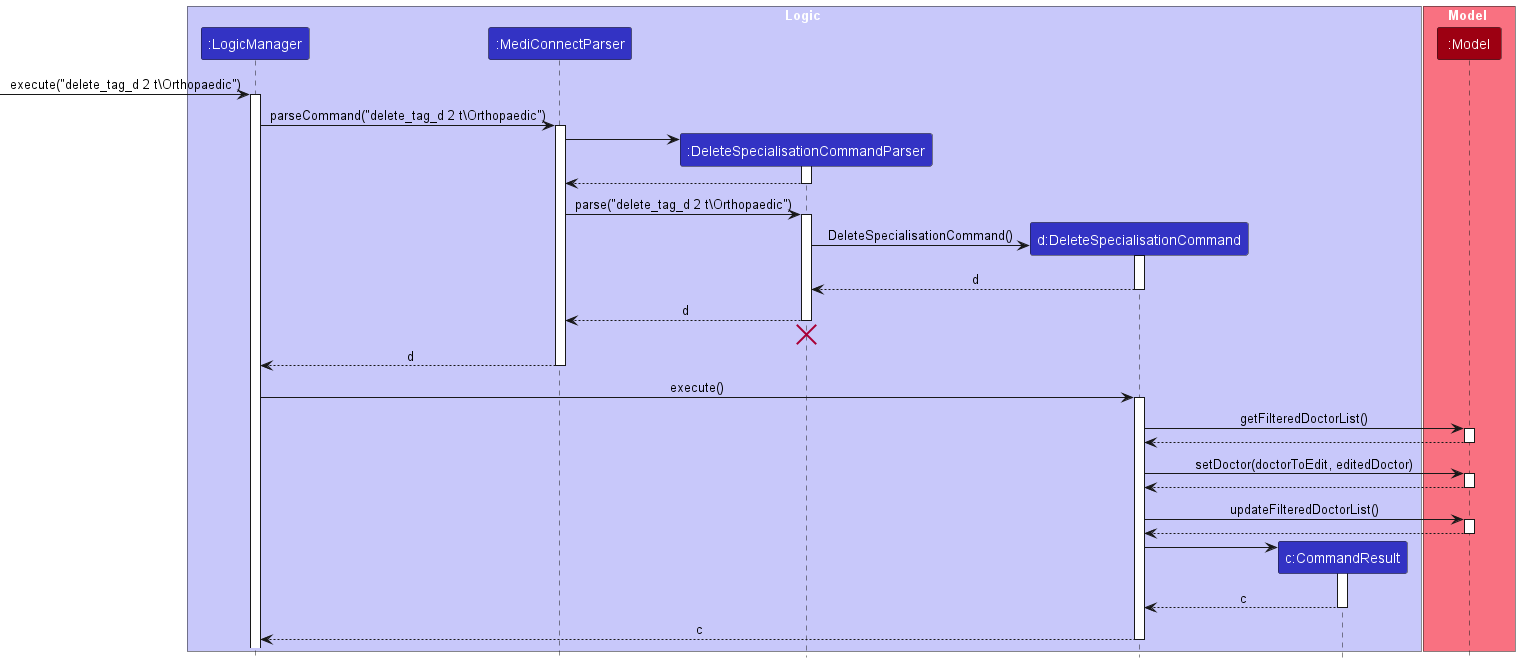
Earlier version of the PlantUML export docs/images/DeleteSpecialisationSequenceDiagram.png (yanghengtang/tp).
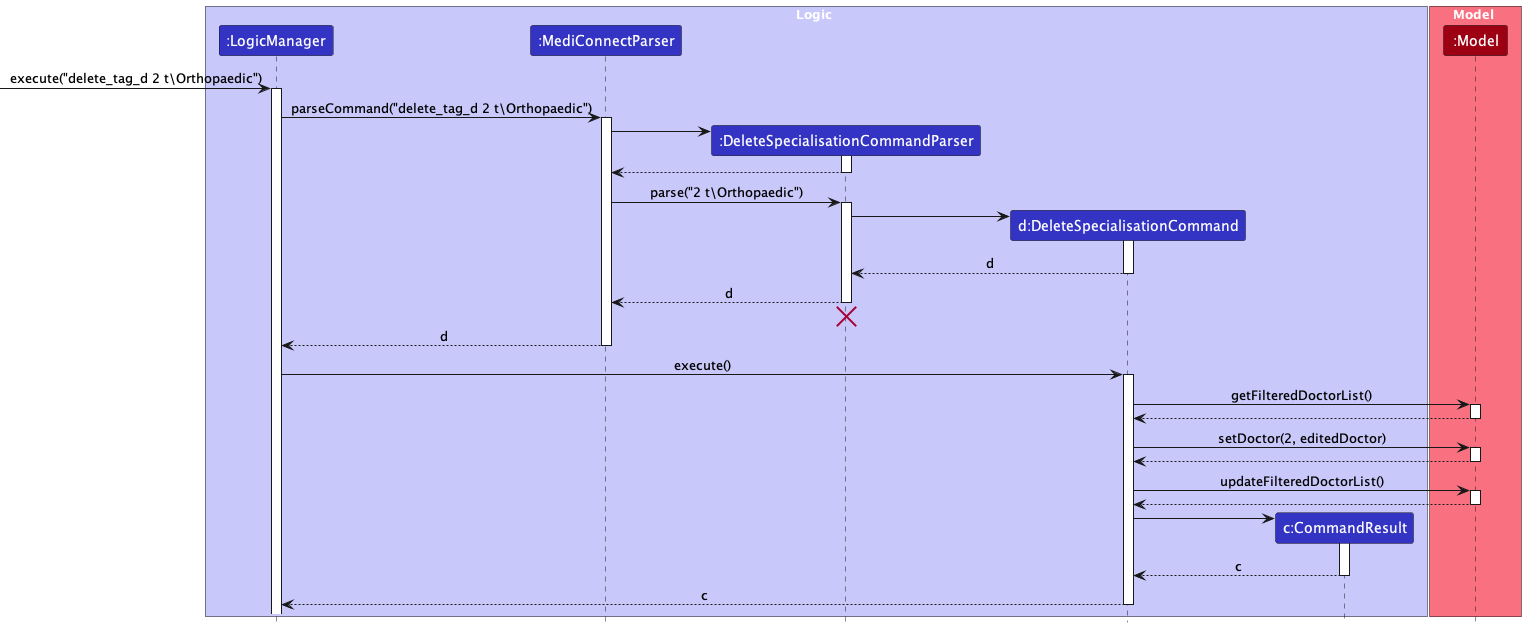
Above is the later version.

Change to the diagram source:
```diff
@@ -27,12 +27,12 @@
 DeleteSpecialisationCommandParser --> MediConnectParser
 deactivate DeleteSpecialisationCommandParser
 
-MediConnectParser -> DeleteSpecialisationCommandParser : parse("delete_tag_d 2 t\Orthopaedic")
+MediConnectParser -> DeleteSpecialisationCommandParser : parse("2 t\Orthopaedic")
 activate DeleteSpecialisationCommandParser
 
 
 create DeleteSpecialisationCommand
-DeleteSpecialisationCommandParser -> DeleteSpecialisationCommand : DeleteSpecialisationCommand()
+DeleteSpecialisationCommandParser -> DeleteSpecialisationCommand
 activate DeleteSpecialisationCommand
 
 DeleteSpecialisationCommand --> DeleteSpecialisationCommandParser : d
@@ -57,7 +57,7 @@
 Model --> DeleteSpecialisationCommand
 deactivate Model
 
-DeleteSpecialisationCommand -> Model : setDoctor(doctorToEdit, editedDoctor)
+DeleteSpecialisationCommand -> Model : setDoctor(2, editedDoctor)
 activate Model
 
 Model --> DeleteSpecialisationCommand
```
